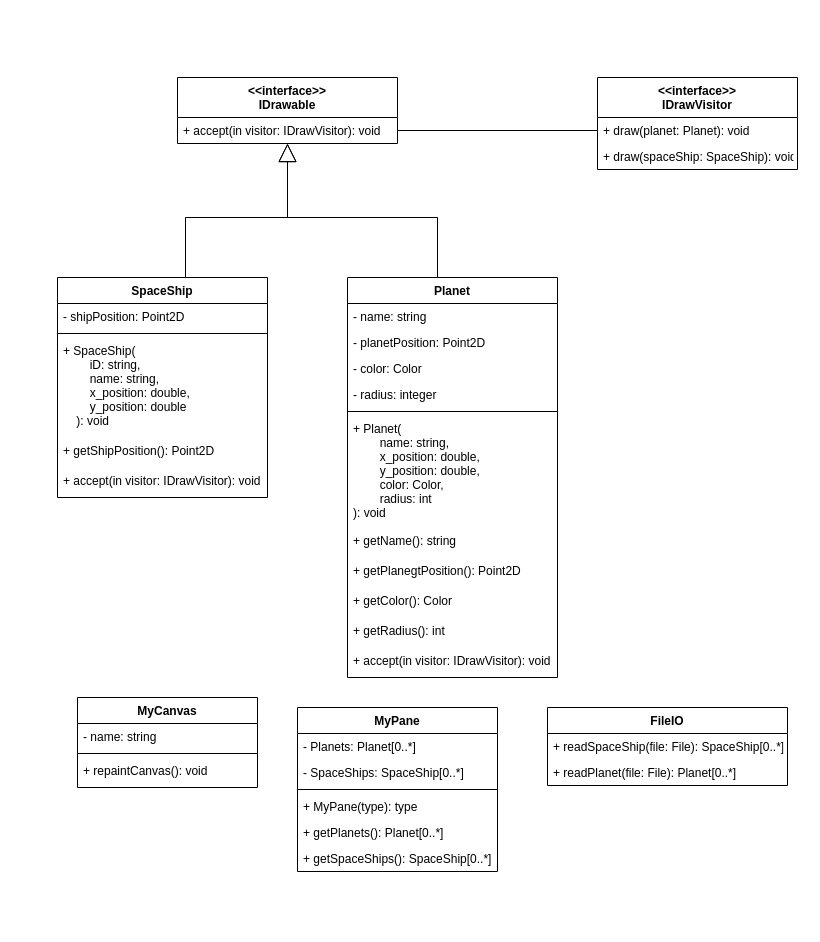
This is docs/uml.drawio from ThaBeanBoy/UJ_CSC2A_P06, a draw.io file, before an edit. Source tidied: cells renumbered, new cells numbered last; positions are measured from the earlier drawing's top-left corner, leaving out a move shared by most shapes. Both pictures are drawn from the tidied source at 100%, with x=0, y=0 at pixel (57, 77).
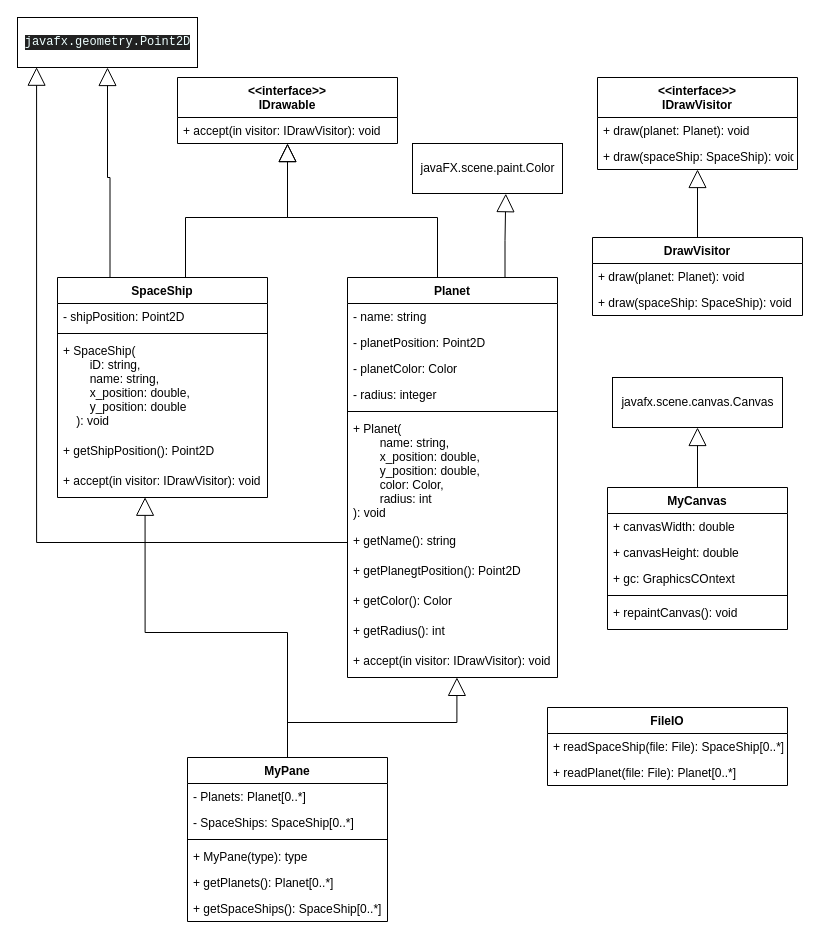
After the change.

Commit message (it also covers changes not shown here):
Updated the UML Class diagram, but I don't think it's complete

The change refers to these unchanged cells:
```xml
<mxCell id="3" value="SpaceShip" style="swimlane;fontStyle=1;align=center;verticalAlign=top;horizontal=1;startSize=26;" parent="1" vertex="1">
  <mxGeometry y="200" width="210" height="220" as="geometry" />
</mxCell>
<mxCell id="8" value="+ accept(in visitor: IDrawVisitor): void" style="text;strokeColor=none;fillColor=none;align=left;verticalAlign=top;spacingLeft=4;spacingRight=4;overflow=hidden;points=[[0,0.5],[1,0.5]];portConstraint=eastwest;" parent="3" vertex="1">
  <mxGeometry y="190" width="210" height="30" as="geometry" />
</mxCell>
<mxCell id="10" value="Planet" style="swimlane;fontStyle=1;align=center;verticalAlign=top;horizontal=1;startSize=26;" parent="1" vertex="1">
  <mxGeometry x="290" y="200" width="210" height="400" as="geometry" />
</mxCell>
<mxCell id="17" value="+ getName(): string" style="text;strokeColor=none;fillColor=none;align=left;verticalAlign=top;spacingLeft=4;spacingRight=4;overflow=hidden;points=[[0,0.5],[1,0.5]];portConstraint=eastwest;" parent="10" vertex="1">
  <mxGeometry y="250" width="210" height="30" as="geometry" />
</mxCell>
<mxCell id="21" value="+ accept(in visitor: IDrawVisitor): void" style="text;strokeColor=none;fillColor=none;align=left;verticalAlign=top;spacingLeft=4;spacingRight=4;overflow=hidden;points=[[0,0.5],[1,0.5]];portConstraint=eastwest;" parent="10" vertex="1">
  <mxGeometry y="370" width="210" height="30" as="geometry" />
</mxCell>
<mxCell id="34" value="+ accept(in visitor: IDrawVisitor): void" style="text;strokeColor=none;fillColor=none;align=left;verticalAlign=top;spacingLeft=4;spacingRight=4;overflow=hidden;points=[[0,0.5],[1,0.5]];portConstraint=eastwest;" parent="33" vertex="1">
  <mxGeometry y="40" width="220" height="26" as="geometry" />
</mxCell>
<mxCell id="35" value="&lt;&lt;interface&gt;&gt;&#10;IDrawVisitor" style="swimlane;fontStyle=1;horizontal=1;startSize=40;fillColor=none;" parent="1" vertex="1">
  <mxGeometry x="540" width="200" height="92" as="geometry" />
</mxCell>
<mxCell id="36" value="+ draw(planet: Planet): void" style="text;strokeColor=none;fillColor=none;align=left;verticalAlign=top;spacingLeft=4;spacingRight=4;overflow=hidden;points=[[0,0.5],[1,0.5]];portConstraint=eastwest;" parent="35" vertex="1">
  <mxGeometry y="40" width="200" height="26" as="geometry" />
</mxCell>
```

What changed in the source:
```diff
@@
+    <mxCell id="42" style="edgeStyle=orthogonalEdgeStyle;rounded=0;jettySize=auto;html=1;exitX=0.25;exitY=0;exitDx=0;exitDy=0;entryX=0.5;entryY=1;entryDx=0;entryDy=0;endArrow=block;endFill=0;endSize=16;" parent="1" edge="1" source="3" target="49">
+      <mxGeometry relative="1" as="geometry" />
+    </mxCell>
@@
+    <mxCell id="43" style="edgeStyle=orthogonalEdgeStyle;rounded=0;jettySize=auto;html=1;exitX=0.75;exitY=0;exitDx=0;exitDy=0;entryX=0.622;entryY=1.003;entryDx=0;entryDy=0;entryPerimeter=0;endArrow=block;endFill=0;endSize=16;" parent="1" edge="1" source="10" target="51">
+      <mxGeometry relative="1" as="geometry" />
+    </mxCell>
@@
-    <mxCell id="13" value="- color: Color" style="text;strokeColor=none;fillColor=none;align=left;verticalAlign=top;spacingLeft=4;spacingRight=4;overflow=hidden;" parent="10" vertex="1">
+    <mxCell id="13" value="- planetColor: Color" style="text;strokeColor=none;fillColor=none;align=left;verticalAlign=top;spacingLeft=4;spacingRight=4;overflow=hidden;" parent="10" vertex="1">
       <mxGeometry y="78" width="210" height="26" as="geometry" />
     </mxCell>
@@
+    <mxCell id="44" style="edgeStyle=orthogonalEdgeStyle;rounded=0;jettySize=auto;html=1;exitX=0.5;exitY=0;exitDx=0;exitDy=0;entryX=0.5;entryY=1;entryDx=0;entryDy=0;endArrow=block;endFill=0;endSize=16;" parent="1" edge="1" source="22" target="56">
+      <mxGeometry relative="1" as="geometry" />
+    </mxCell>
     <mxCell id="22" value="MyCanvas" style="swimlane;fontStyle=1;align=center;verticalAlign=top;horizontal=1;startSize=26;" parent="1" vertex="1">
-      <mxGeometry x="20" y="620" width="180" height="90" as="geometry" />
+      <mxGeometry x="550" y="410" width="180" height="142" as="geometry" />
     </mxCell>
-    <mxCell id="23" value="- name: string" style="text;strokeColor=none;fillColor=none;align=left;verticalAlign=top;spacingLeft=4;spacingRight=4;overflow=hidden;" parent="22" vertex="1">
+    <mxCell id="23" value="+ canvasWidth: double" style="text;strokeColor=none;fillColor=none;align=left;verticalAlign=top;spacingLeft=4;spacingRight=4;overflow=hidden;" parent="22" vertex="1">
       <mxGeometry y="26" width="180" height="26" as="geometry" />
     </mxCell>
+    <mxCell id="45" value="+ canvasHeight: double" style="text;strokeColor=none;fillColor=none;align=left;verticalAlign=top;spacingLeft=4;spacingRight=4;overflow=hidden;" parent="22" vertex="1">
+      <mxGeometry y="52" width="180" height="26" as="geometry" />
+    </mxCell>
+    <mxCell id="46" value="+ gc: GraphicsCOntext" style="text;strokeColor=none;fillColor=none;align=left;verticalAlign=top;spacingLeft=4;spacingRight=4;overflow=hidden;" parent="22" vertex="1">
+      <mxGeometry y="78" width="180" height="26" as="geometry" />
+    </mxCell>
     <mxCell id="24" style="line;strokeWidth=1;fillColor=none;align=left;verticalAlign=middle;spacingTop=-1;spacingLeft=3;spacingRight=3;labelPosition=right;" parent="22" vertex="1">
-      <mxGeometry y="52" width="180" height="8" as="geometry" />
+      <mxGeometry y="104" width="180" height="8" as="geometry" />
     </mxCell>
     <mxCell id="25" value="+ repaintCanvas(): void" style="text;strokeColor=none;fillColor=none;align=left;verticalAlign=top;spacingLeft=4;spacingRight=4;overflow=hidden;" parent="22" vertex="1">
-      <mxGeometry y="60" width="180" height="30" as="geometry" />
+      <mxGeometry y="112" width="180" height="30" as="geometry" />
     </mxCell>
+    <mxCell id="47" style="edgeStyle=orthogonalEdgeStyle;rounded=0;jettySize=auto;html=1;exitX=0.5;exitY=0;exitDx=0;exitDy=0;entryX=0.521;entryY=0.996;entryDx=0;entryDy=0;entryPerimeter=0;endArrow=block;endFill=0;endSize=16;" parent="1" edge="1" source="26" target="21">
+      <mxGeometry relative="1" as="geometry" />
+    </mxCell>
+    <mxCell id="48" style="edgeStyle=orthogonalEdgeStyle;rounded=0;jettySize=auto;html=1;exitX=0.5;exitY=0;exitDx=0;exitDy=0;entryX=0.417;entryY=0.992;entryDx=0;entryDy=0;entryPerimeter=0;endArrow=block;endFill=0;endSize=16;" parent="1" edge="1" source="26" target="8">
+      <mxGeometry relative="1" as="geometry" />
+    </mxCell>
     <mxCell id="26" value="MyPane" style="swimlane;fontStyle=1;align=center;verticalAlign=top;horizontal=1;startSize=26;" parent="1" vertex="1">
-      <mxGeometry x="240" y="630" width="200" height="164" as="geometry" />
+      <mxGeometry x="130" y="680" width="200" height="164" as="geometry" />
     </mxCell>
@@
-    <mxCell id="38" style="edgeStyle=orthogonalEdgeStyle;rounded=0;jettySize=auto;html=1;exitX=1;exitY=0.5;exitDx=0;exitDy=0;entryX=0;entryY=0.5;entryDx=0;entryDy=0;endArrow=none;endFill=0;endSize=16;" parent="1" edge="1" source="34" target="36">
-      <mxGeometry relative="1" as="geometry" />
-    </mxCell>
@@
+    <mxCell id="49" value="&lt;div style=&quot;background-color: #212121 ; color: #eeffff ; font-family: &amp;#34;jetbrains mono&amp;#34; , monospace ; font-size: 9.0pt&quot;&gt;&lt;pre&gt;javafx.geometry.Point2D&lt;/pre&gt;&lt;/div&gt;" style="html=1;" parent="1" vertex="1">
+      <mxGeometry x="-40" y="-60" width="180" height="50" as="geometry" />
+    </mxCell>
+    <mxCell id="50" style="edgeStyle=orthogonalEdgeStyle;rounded=0;jettySize=auto;html=1;exitX=0;exitY=0.5;exitDx=0;exitDy=0;entryX=0.106;entryY=0.994;entryDx=0;entryDy=0;endArrow=block;endFill=0;endSize=16;entryPerimeter=0;" parent="1" edge="1" source="17" target="49">
+      <mxGeometry relative="1" as="geometry">
+        <Array as="points">
+          <mxPoint x="-20" y="465" />
+          <mxPoint x="-20" y="-10" />
+        </Array>
+      </mxGeometry>
+    </mxCell>
+    <mxCell id="51" value="javaFX.scene.paint.Color" style="html=1;" parent="1" vertex="1">
+      <mxGeometry x="355" y="66" width="150" height="50" as="geometry" />
+    </mxCell>
+    <mxCell id="52" style="edgeStyle=orthogonalEdgeStyle;rounded=0;jettySize=auto;html=1;exitX=0.5;exitY=0;exitDx=0;exitDy=0;entryX=0.5;entryY=1;entryDx=0;entryDy=0;endArrow=block;endFill=0;endSize=16;" parent="1" edge="1" source="53" target="35">
+      <mxGeometry relative="1" as="geometry" />
+    </mxCell>
+    <mxCell id="53" value="DrawVisitor" style="swimlane;fontStyle=1;horizontal=1;startSize=26;fillColor=none;" parent="1" vertex="1">
+      <mxGeometry x="535" y="160" width="210" height="78" as="geometry" />
+    </mxCell>
+    <mxCell id="54" value="+ draw(planet: Planet): void" style="text;strokeColor=none;fillColor=none;align=left;verticalAlign=top;spacingLeft=4;spacingRight=4;overflow=hidden;" parent="53" vertex="1">
+      <mxGeometry y="26" width="210" height="26" as="geometry" />
+    </mxCell>
+    <mxCell id="55" value="+ draw(spaceShip: SpaceShip): void" style="text;strokeColor=none;fillColor=none;align=left;verticalAlign=top;spacingLeft=4;spacingRight=4;overflow=hidden;" parent="53" vertex="1">
+      <mxGeometry y="52" width="210" height="26" as="geometry" />
+    </mxCell>
+    <mxCell id="56" value="javafx.scene.canvas.Canvas" style="html=1;" parent="1" vertex="1">
+      <mxGeometry x="555" y="300" width="170" height="50" as="geometry" />
+    </mxCell>
```
